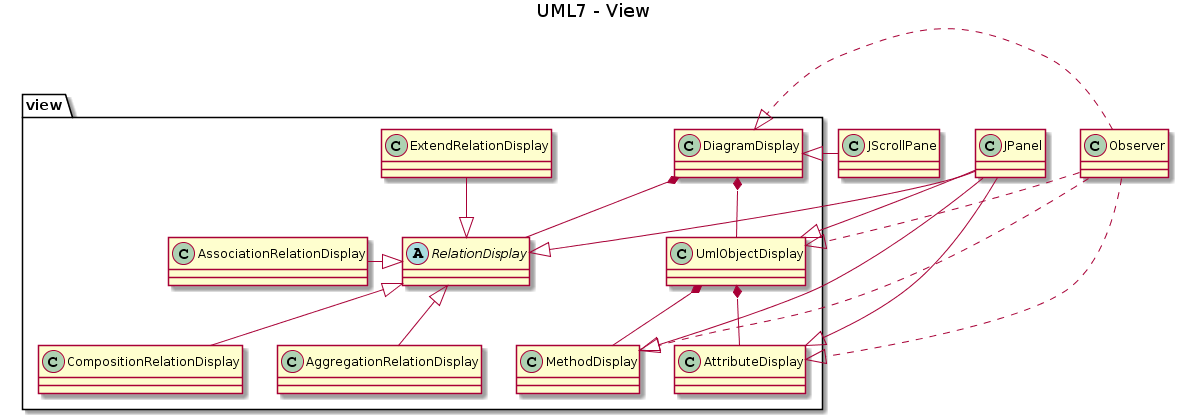
Above: doc/UML/view_naked.png in echodeltaFR/UML7 (PlantUML), before the change.
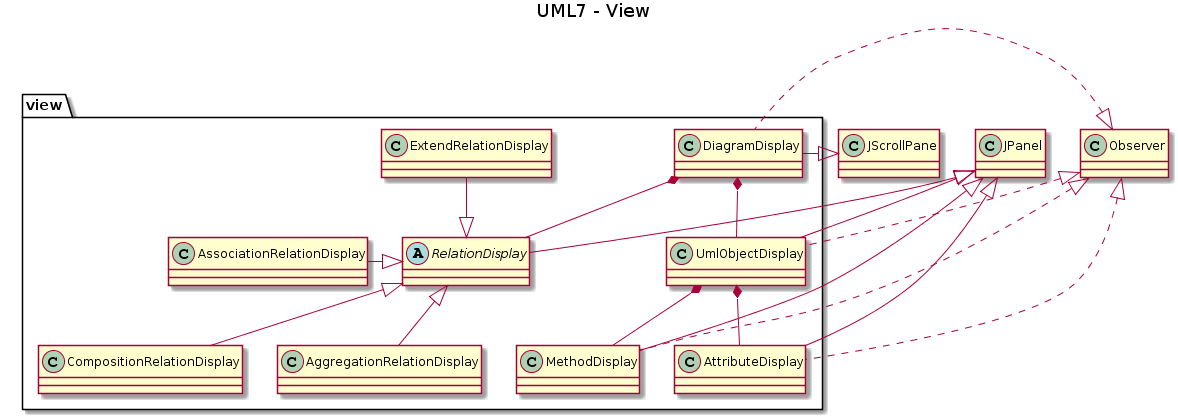
Later version of the same file.

Commit message:
MaJ version image de vue "nue"

Change to the diagram source:
```diff
@@ -22,14 +22,14 @@
 UmlObjectDisplay *-- MethodDisplay
 UmlObjectDisplay *-- AttributeDisplay
 
-AttributeDisplay <|.left. Observer
-MethodDisplay <|.left. Observer
-UmlObjectDisplay <|.left. Observer
-DiagramDisplay <|.left. Observer
-AttributeDisplay <|-up- JPanel
-MethodDisplay <|-up- JPanel
-UmlObjectDisplay <|-up- JPanel
-RelationDisplay <|-up- JPanel
+AttributeDisplay .left.|> Observer
+MethodDisplay .left.|> Observer
+UmlObjectDisplay .left.|> Observer
+DiagramDisplay .left.|> Observer
+AttributeDisplay -up-|> JPanel
+MethodDisplay -up-|> JPanel
+UmlObjectDisplay -up-|> JPanel
+RelationDisplay -up-|> JPanel
 
-DiagramDisplay <|-right- JScrollPane
+DiagramDisplay -right-|> JScrollPane
 @enduml
```
